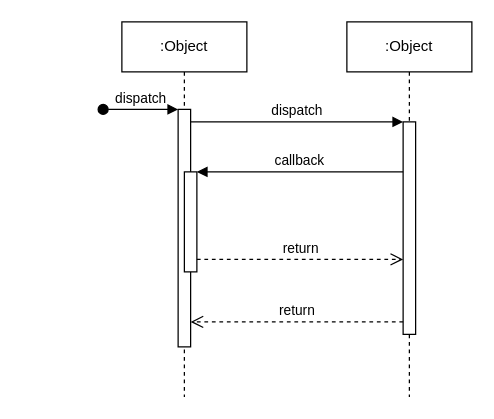
Before: Diagrama sem nome.drawio in sangalo/Try-Django-3.2, a draw.io diagram. Source tidied: cells renumbered, new cells numbered last; positions are measured from the earlier drawing's top-left corner, leaving out a move shared by most shapes. Both pictures are drawn from the tidied source at 125%, with x=0, y=0 at pixel (102, 21).
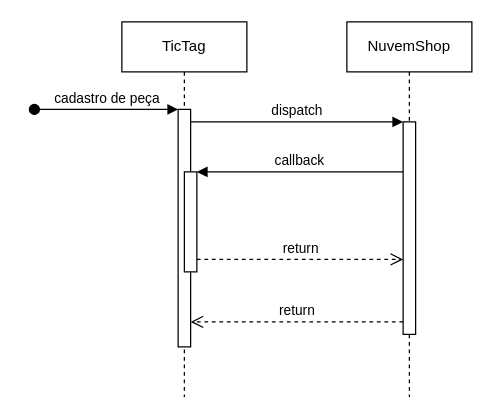
The same diagram, later.

Change to the diagram source:
```diff
@@
 <mxGraphModel>
   <root>
     <mxCell id="0" />
     <mxCell id="1" parent="0" />
-    <mxCell id="2" value=":Object" style="shape=umlLifeline;perimeter=lifelinePerimeter;whiteSpace=wrap;html=1;newEdgeStyle={&quot;edgeStyle&quot;:&quot;elbowEdgeStyle&quot;,&quot;elbow&quot;:&quot;vertical&quot;,&quot;curved&quot;:0,&quot;rounded&quot;:0};" parent="1" vertex="1">
+    <mxCell id="2" value="TicTag" style="shape=umlLifeline;perimeter=lifelinePerimeter;whiteSpace=wrap;html=1;newEdgeStyle={&quot;edgeStyle&quot;:&quot;elbowEdgeStyle&quot;,&quot;elbow&quot;:&quot;vertical&quot;,&quot;curved&quot;:0,&quot;rounded&quot;:0};" parent="1" vertex="1">
       <mxGeometry x="15" width="100" height="300" as="geometry" />
     </mxCell>
     <mxCell id="3" style="html=1;points=[];perimeter=orthogonalPerimeter;outlineConnect=0;targetShapes=umlLifeline;portConstraint=eastwest;newEdgeStyle={&quot;edgeStyle&quot;:&quot;elbowEdgeStyle&quot;,&quot;elbow&quot;:&quot;vertical&quot;,&quot;curved&quot;:0,&quot;rounded&quot;:0};" parent="2" vertex="1">
       <mxGeometry x="45" y="70" width="10" height="190" as="geometry" />
     </mxCell>
-    <mxCell id="4" value="dispatch" style="html=1;verticalAlign=bottom;startArrow=oval;endArrow=block;startSize=8;edgeStyle=elbowEdgeStyle;elbow=vertical;curved=0;rounded=0;" parent="2" edge="1" target="3">
+    <mxCell id="4" value="cadastro de peça" style="html=1;verticalAlign=bottom;startArrow=oval;endArrow=block;startSize=8;edgeStyle=elbowEdgeStyle;elbow=vertical;curved=0;rounded=0;" parent="2" edge="1" target="3">
       <mxGeometry relative="1" as="geometry">
-        <mxPoint x="-15" y="70" as="sourcePoint" />
+        <mxPoint x="-70" y="70" as="sourcePoint" />
       </mxGeometry>
     </mxCell>
     <mxCell id="5" style="html=1;points=[];perimeter=orthogonalPerimeter;outlineConnect=0;targetShapes=umlLifeline;portConstraint=eastwest;newEdgeStyle={&quot;edgeStyle&quot;:&quot;elbowEdgeStyle&quot;,&quot;elbow&quot;:&quot;vertical&quot;,&quot;curved&quot;:0,&quot;rounded&quot;:0};" parent="2" vertex="1">
       <mxGeometry x="50" y="120" width="10" height="80" as="geometry" />
     </mxCell>
-    <mxCell id="6" value=":Object" style="shape=umlLifeline;perimeter=lifelinePerimeter;whiteSpace=wrap;html=1;newEdgeStyle={&quot;edgeStyle&quot;:&quot;elbowEdgeStyle&quot;,&quot;elbow&quot;:&quot;vertical&quot;,&quot;curved&quot;:0,&quot;rounded&quot;:0};" parent="1" vertex="1">
+    <mxCell id="6" value="NuvemShop" style="shape=umlLifeline;perimeter=lifelinePerimeter;whiteSpace=wrap;html=1;newEdgeStyle={&quot;edgeStyle&quot;:&quot;elbowEdgeStyle&quot;,&quot;elbow&quot;:&quot;vertical&quot;,&quot;curved&quot;:0,&quot;rounded&quot;:0};" parent="1" vertex="1">
       <mxGeometry x="195" width="100" height="300" as="geometry" />
     </mxCell>
     <mxCell id="7" style="html=1;points=[];perimeter=orthogonalPerimeter;outlineConnect=0;targetShapes=umlLifeline;portConstraint=eastwest;newEdgeStyle={&quot;edgeStyle&quot;:&quot;elbowEdgeStyle&quot;,&quot;elbow&quot;:&quot;vertical&quot;,&quot;curved&quot;:0,&quot;rounded&quot;:0};" parent="6" vertex="1">
       <mxGeometry x="45" y="80" width="10" height="170" as="geometry" />
     </mxCell>
-    <mxCell id="8" value="dispatch" style="html=1;verticalAlign=bottom;endArrow=block;edgeStyle=elbowEdgeStyle;elbow=vertical;curved=0;rounded=0;" parent="1" edge="1" source="3" target="7">
+    <mxCell id="8" value="dispatch" style="html=1;verticalAlign=bottom;endArrow=block;edgeStyle=elbowEdgeStyle;elbow=horizontal;curved=0;rounded=0;" parent="1" edge="1" source="3" target="7">
       <mxGeometry relative="1" as="geometry">
         <Array as="points">
           <mxPoint x="155" y="80" />
         </Array>
       </mxGeometry>
     </mxCell>
     <mxCell id="9" value="return" style="html=1;verticalAlign=bottom;endArrow=open;dashed=1;endSize=8;edgeStyle=elbowEdgeStyle;elbow=vertical;curved=0;rounded=0;" parent="1" edge="1" source="7" target="3">
       <mxGeometry relative="1" as="geometry">
         <Array as="points">
           <mxPoint x="165" y="240" />
         </Array>
       </mxGeometry>
     </mxCell>
     <mxCell id="10" value="callback" style="html=1;verticalAlign=bottom;endArrow=block;edgeStyle=elbowEdgeStyle;elbow=vertical;curved=0;rounded=0;" parent="1" edge="1" source="7" target="5">
       <mxGeometry relative="1" as="geometry">
         <Array as="points">
           <mxPoint x="165" y="120" />
         </Array>
       </mxGeometry>
     </mxCell>
     <mxCell id="11" value="return" style="html=1;verticalAlign=bottom;endArrow=open;dashed=1;endSize=8;edgeStyle=elbowEdgeStyle;elbow=vertical;curved=0;rounded=0;" parent="1" edge="1" source="5" target="7">
       <mxGeometry relative="1" as="geometry">
         <Array as="points">
           <mxPoint x="155" y="190" />
         </Array>
       </mxGeometry>
     </mxCell>
   </root>
 </mxGraphModel>
```
